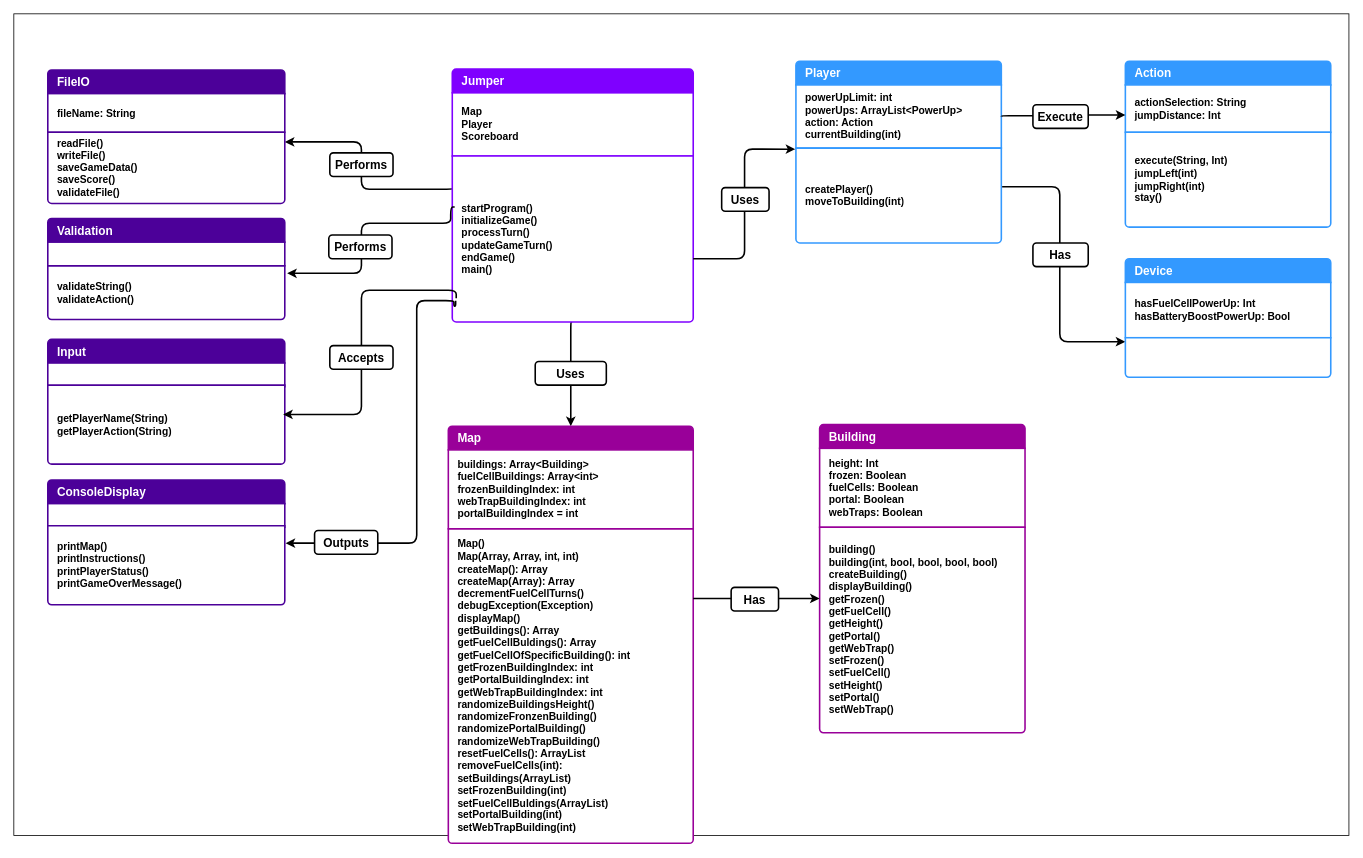
The draw.io diagram Java Programming/Assignment Java Jumper/doc/ClassDiagram.drawio in ByteToBits/CompScience, before the edit. Source tidied: cells renumbered, new cells numbered last; positions are measured from the earlier drawing's top-left corner, leaving out a move shared by most shapes. Both pictures are drawn from the tidied source at 79%, with x=0, y=0 at pixel (13, 13).
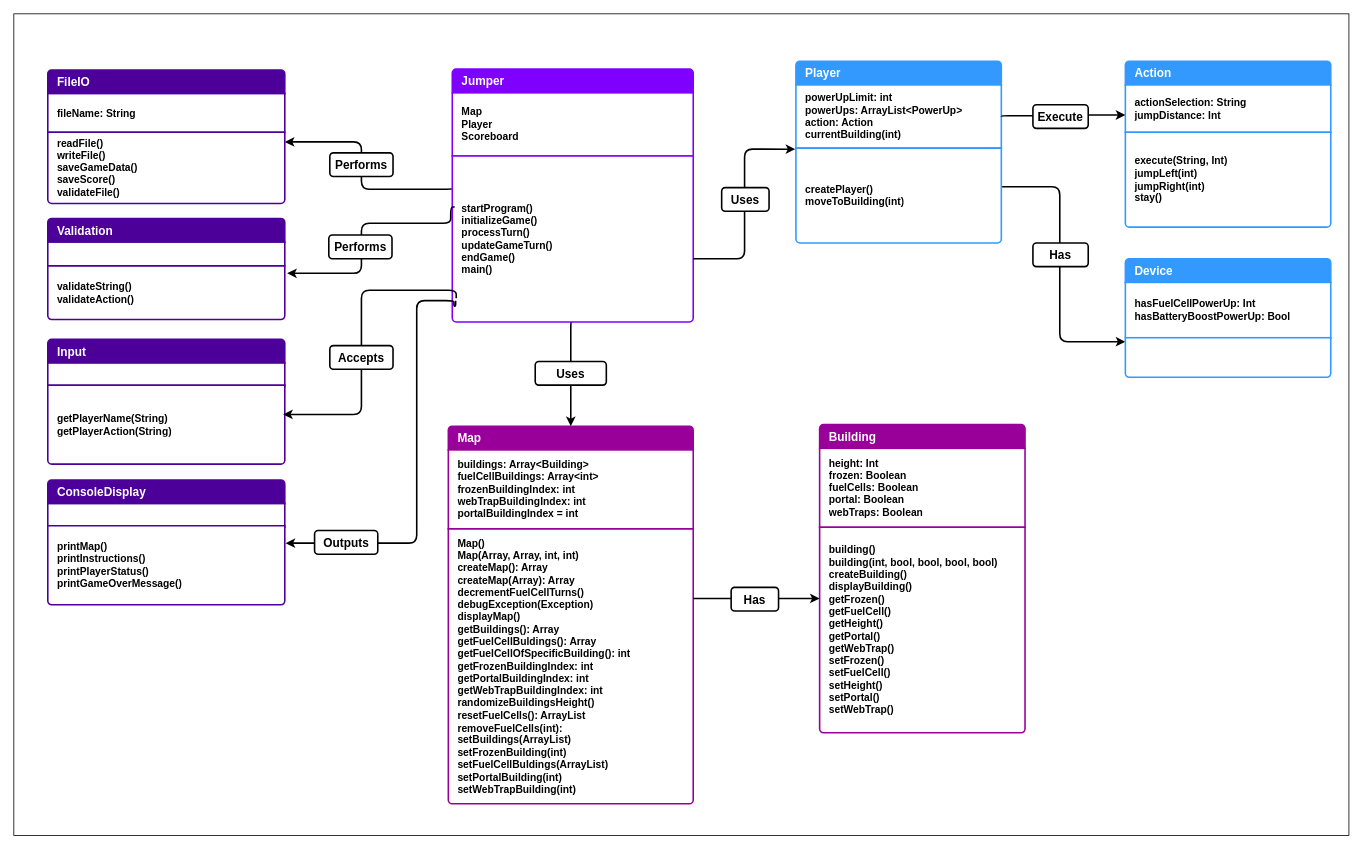
Above is the later version.

Commit message (it also covers changes not shown here):
Randomizer Update | To Remove Method

What changed in the source:
```diff
@@
-    <mxCell id="30" value="&lt;div&gt;Map()&lt;br&gt;Map(Array, Array, int, int)&lt;br&gt;createMap(): Array&lt;/div&gt;&lt;div&gt;createMap(&lt;span style=&quot;background-color: initial;&quot;&gt;Array&lt;/span&gt;&lt;span style=&quot;background-color: initial;&quot;&gt;): Array&lt;/span&gt;&lt;/div&gt;&lt;div&gt;decrementFuelCellTurns()&lt;/div&gt;&lt;div&gt;debugException(Exception)&lt;br&gt;displayMap()&lt;/div&gt;&lt;div&gt;getBuildings(): Array&lt;br&gt;getFuelCellBuldings(): Array&lt;/div&gt;&lt;div&gt;getFuelCellOfSpecificBuilding(): int&lt;br&gt;getFrozenBuildingIndex: int&lt;/div&gt;&lt;div&gt;getPortalBuildingIndex: int&lt;br&gt;getWebTrapBuildingIndex: int&lt;/div&gt;&lt;div&gt;randomizeBuildingsHeight()&lt;br&gt;randomizeFronzenBuilding()&lt;/div&gt;&lt;div&gt;randomizePortalBuilding()&lt;br&gt;randomizeWebTrapBuilding()&lt;br&gt;resetFuelCells(): ArrayList&lt;/div&gt;&lt;div&gt;removeFuelCells(int):&lt;br&gt;setBuildings(ArrayList)&lt;br&gt;setFrozenBuilding(int)&lt;br&gt;setFuelCellBuldings(ArrayList)&lt;/div&gt;&lt;div&gt;setPortalBuilding(int)&lt;br&gt;setWebTrapBuilding(int)&lt;br&gt;&lt;/div&gt;" style="text;strokeColor=#990099;fillColor=#FFFFFF;align=left;verticalAlign=middle;spacingLeft=10;spacingRight=10;overflow=hidden;whiteSpace=wrap;html=1;shape=mxgraph.bootstrap.bottomButton;rSize=5;fontColor=#000000;strokeWidth=2;labelPadding=0;labelBorderColor=none;fontSize=13;fontStyle=1;shadow=0;perimeterSpacing=0;swimlaneLine=0;" parent="1" vertex="1">
-      <mxGeometry x="550" y="652" width="310" height="398" as="geometry" />
+    <mxCell id="30" value="&lt;div&gt;Map()&lt;br&gt;Map(Array, Array, int, int)&lt;br&gt;createMap(): Array&lt;/div&gt;&lt;div&gt;createMap(&lt;span style=&quot;background-color: initial;&quot;&gt;Array&lt;/span&gt;&lt;span style=&quot;background-color: initial;&quot;&gt;): Array&lt;/span&gt;&lt;/div&gt;&lt;div&gt;decrementFuelCellTurns()&lt;/div&gt;&lt;div&gt;debugException(Exception)&lt;br&gt;displayMap()&lt;/div&gt;&lt;div&gt;getBuildings(): Array&lt;br&gt;getFuelCellBuldings(): Array&lt;/div&gt;&lt;div&gt;getFuelCellOfSpecificBuilding(): int&lt;br&gt;getFrozenBuildingIndex: int&lt;/div&gt;&lt;div&gt;getPortalBuildingIndex: int&lt;br&gt;getWebTrapBuildingIndex: int&lt;/div&gt;&lt;div&gt;randomizeBuildingsHeight()&lt;br&gt;&lt;/div&gt;&lt;div&gt;resetFuelCells(): ArrayList&lt;/div&gt;&lt;div&gt;removeFuelCells(int):&lt;br&gt;setBuildings(ArrayList)&lt;br&gt;setFrozenBuilding(int)&lt;br&gt;setFuelCellBuldings(ArrayList)&lt;/div&gt;&lt;div&gt;setPortalBuilding(int)&lt;br&gt;setWebTrapBuilding(int)&lt;br&gt;&lt;/div&gt;" style="text;strokeColor=#990099;fillColor=#FFFFFF;align=left;verticalAlign=middle;spacingLeft=10;spacingRight=10;overflow=hidden;whiteSpace=wrap;html=1;shape=mxgraph.bootstrap.bottomButton;rSize=5;fontColor=#000000;strokeWidth=2;labelPadding=0;labelBorderColor=none;fontSize=13;fontStyle=1;shadow=0;perimeterSpacing=0;swimlaneLine=0;" parent="1" vertex="1">
+      <mxGeometry x="550" y="652" width="310" height="348" as="geometry" />
     </mxCell>
```
